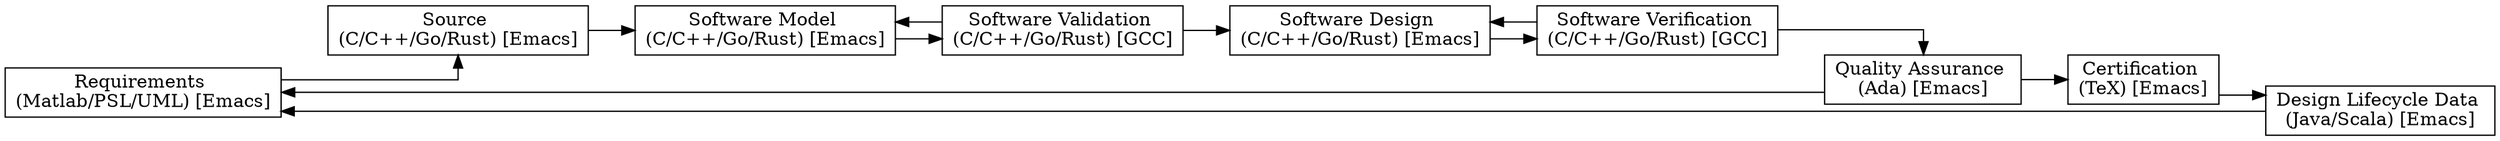
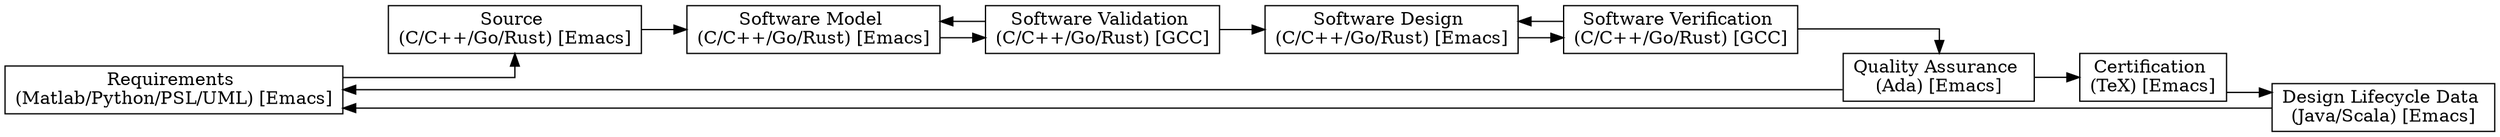
digraph Project {
  // Introduction
  graph [rankdir = LR, splines=ortho];
  node[shape=record];

  // Blocks
-   Requirements[label="Requirements \n(Matlab/PSL/UML) [Emacs]"];
+   Requirements[label="Requirements \n(Matlab/Python/PSL/UML) [Emacs]"];
  Source[label="Source \n(C/C++/Go/Rust) [Emacs]"];
  Model[label="Software Model \n(C/C++/Go/Rust) [Emacs]"];
  Validation[label="Software Validation \n(C/C++/Go/Rust) [GCC]"];
  Design[label="Software Design \n(C/C++/Go/Rust) [Emacs]"];
  Verification[label="Software Verification \n(C/C++/Go/Rust) [GCC]"];
  Quality[label="Quality Assurance \n(Ada) [Emacs]"];
  Certification[label="Certification \n(TeX) [Emacs]"];
  Lifecycle[label="Design Lifecycle Data \n(Java/Scala) [Emacs]"];

  // Sequence
  Requirements -> Source;
  Source -> Model;
  Model -> Validation;
  Validation -> Design;
  Design -> Verification;
  Verification -> Quality;
  Quality -> Certification;
  Certification -> Lifecycle;
  Lifecycle -> Requirements;

  // Feedback
  Validation -> Model;
  Verification -> Design;
  Quality -> Requirements;
}
